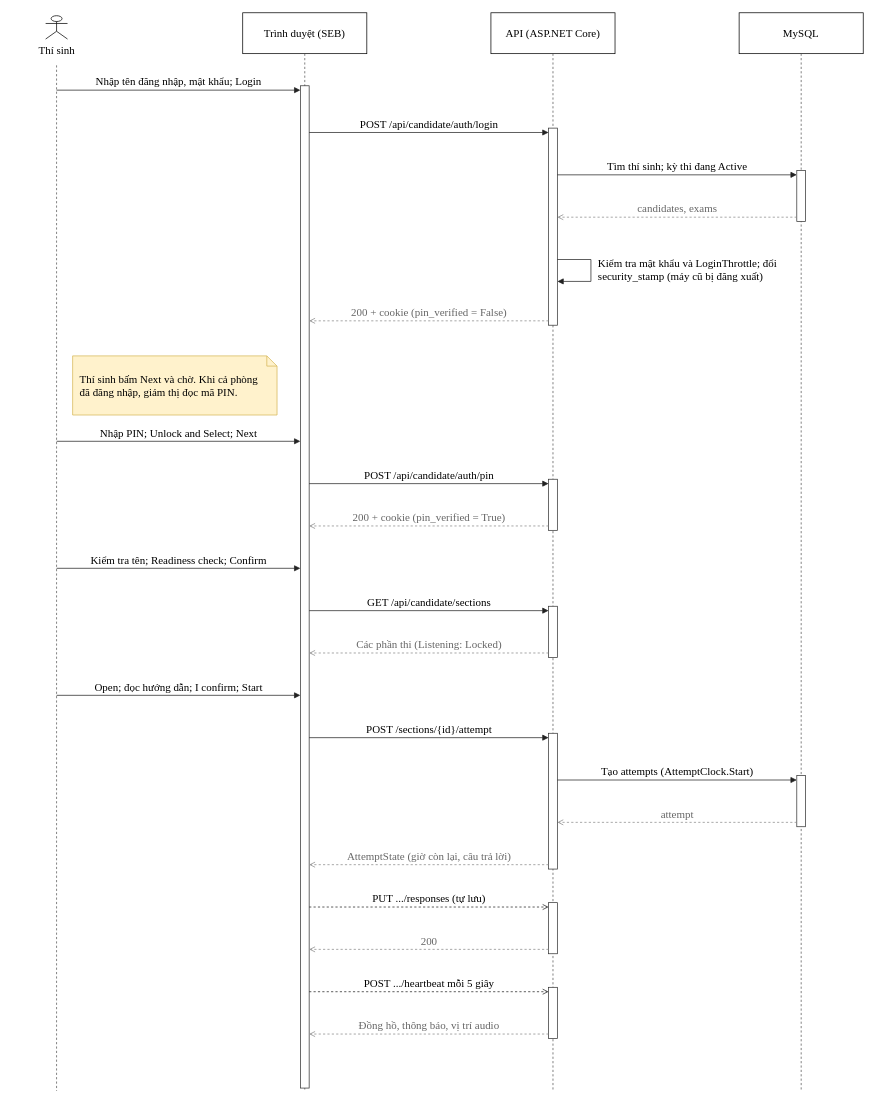
The draw.io diagram thesis/diagrams/seq-candidate-login.drawio in trhlow/cambridge-exam-prep, before the edit. Source tidied: cells renumbered, new cells numbered last; positions are measured from the earlier drawing's top-left corner, leaving out a move shared by most shapes. Both pictures are drawn from the tidied source at 73%, with x=0, y=0 at pixel (45, 12).
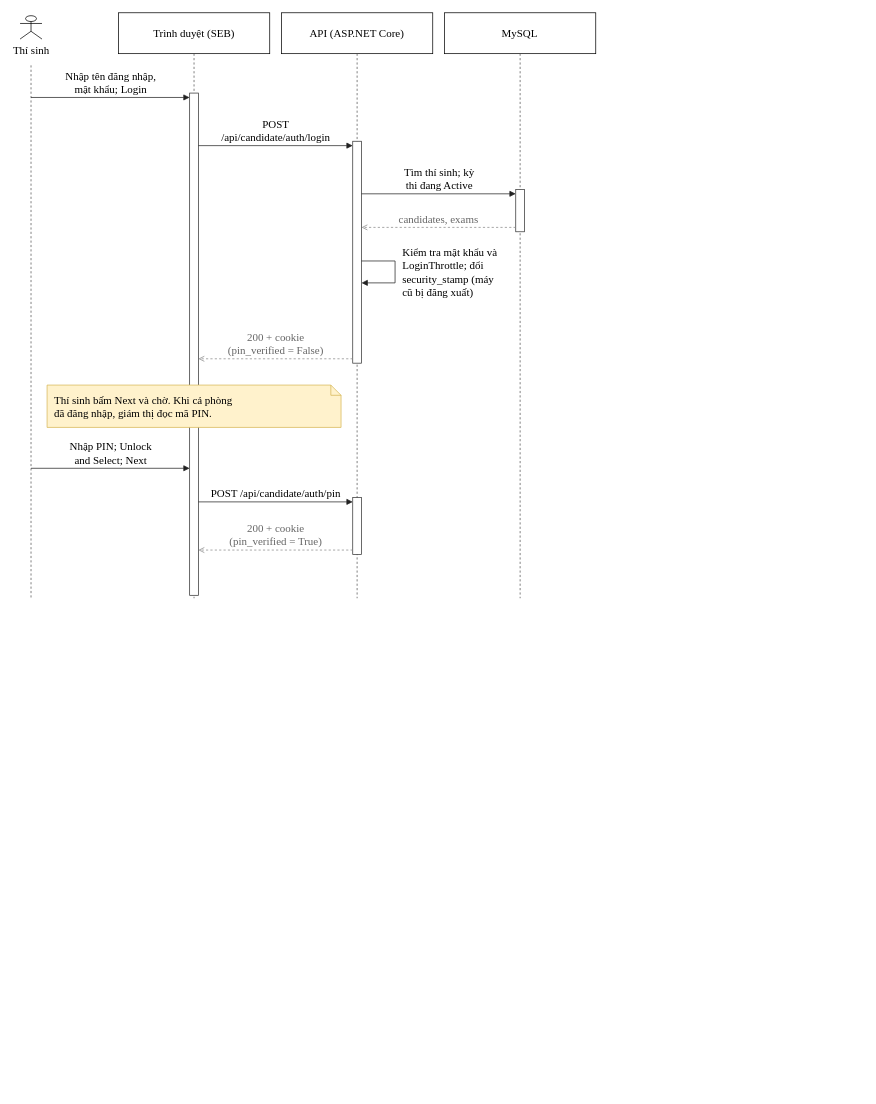
The same diagram, later.

What changed in the source:
```diff
@@
     <mxCell id="2" value="Thí sinh" style="shape=umlActor;verticalLabelPosition=bottom;verticalAlign=top;html=1;fontFamily=Times New Roman;fontSize=15;" parent="1" vertex="1">
-      <mxGeometry y="4" width="30" height="32" as="geometry" />
+      <mxGeometry x="-35" y="4" width="30" height="32" as="geometry" />
     </mxCell>
     <mxCell id="3" style="endArrow=none;dashed=1;html=1;strokeColor=#555555;" parent="1" edge="1">
       <mxGeometry relative="1" as="geometry">
-        <mxPoint x="15" y="72" as="sourcePoint" />
-        <mxPoint x="15" y="1477" as="targetPoint" />
+        <mxPoint x="-20" y="72" as="sourcePoint" />
+        <mxPoint x="-20" y="802" as="targetPoint" />
       </mxGeometry>
     </mxCell>
     <mxCell id="4" value="Trình duyệt (SEB)" style="rounded=0;whiteSpace=wrap;html=1;fontFamily=Times New Roman;fontSize=15;" parent="1" vertex="1">
-      <mxGeometry x="270" width="170" height="56" as="geometry" />
+      <mxGeometry x="99.7" width="207.3" height="56" as="geometry" />
     </mxCell>
     <mxCell id="5" style="endArrow=none;dashed=1;html=1;strokeColor=#555555;" parent="1" edge="1">
       <mxGeometry relative="1" as="geometry">
-        <mxPoint x="355" y="56" as="sourcePoint" />
-        <mxPoint x="355" y="1477" as="targetPoint" />
+        <mxPoint x="203.3" y="56" as="sourcePoint" />
+        <mxPoint x="203.3" y="802" as="targetPoint" />
       </mxGeometry>
     </mxCell>
     <mxCell id="6" value="API (ASP.NET Core)" style="rounded=0;whiteSpace=wrap;html=1;fontFamily=Times New Roman;fontSize=15;" parent="1" vertex="1">
-      <mxGeometry x="610" width="170" height="56" as="geometry" />
+      <mxGeometry x="323" width="207.3" height="56" as="geometry" />
     </mxCell>
     <mxCell id="7" style="endArrow=none;dashed=1;html=1;strokeColor=#555555;" parent="1" edge="1">
       <mxGeometry relative="1" as="geometry">
-        <mxPoint x="695" y="56" as="sourcePoint" />
-        <mxPoint x="695" y="1477" as="targetPoint" />
+        <mxPoint x="426.7" y="56" as="sourcePoint" />
+        <mxPoint x="426.7" y="802" as="targetPoint" />
       </mxGeometry>
     </mxCell>
     <mxCell id="8" value="MySQL" style="rounded=0;whiteSpace=wrap;html=1;fontFamily=Times New Roman;fontSize=15;" parent="1" vertex="1">
-      <mxGeometry x="950" width="170" height="56" as="geometry" />
+      <mxGeometry x="546.3" width="207.3" height="56" as="geometry" />
     </mxCell>
     <mxCell id="9" style="endArrow=none;dashed=1;html=1;strokeColor=#555555;" parent="1" edge="1">
       <mxGeometry relative="1" as="geometry">
-        <mxPoint x="1035" y="56" as="sourcePoint" />
-        <mxPoint x="1035" y="1477" as="targetPoint" />
+        <mxPoint x="650" y="56" as="sourcePoint" />
+        <mxPoint x="650" y="802" as="targetPoint" />
       </mxGeometry>
     </mxCell>
     <mxCell id="10" style="rounded=0;whiteSpace=wrap;html=1;fillColor=#ffffff;strokeColor=#333333;" parent="1" vertex="1">
-      <mxGeometry x="1029" y="216" width="12" height="70" as="geometry" />
+      <mxGeometry x="644" y="242" width="12" height="58" as="geometry" />
     </mxCell>
     <mxCell id="11" style="rounded=0;whiteSpace=wrap;html=1;fillColor=#ffffff;strokeColor=#333333;" parent="1" vertex="1">
-      <mxGeometry x="689" y="158" width="12" height="270" as="geometry" />
+      <mxGeometry x="420.7" y="176" width="12" height="304" as="geometry" />
     </mxCell>
     <mxCell id="12" style="rounded=0;whiteSpace=wrap;html=1;fillColor=#ffffff;strokeColor=#333333;" parent="1" vertex="1">
-      <mxGeometry x="689" y="639" width="12" height="70" as="geometry" />
+      <mxGeometry x="420.7" y="664" width="12" height="78" as="geometry" />
     </mxCell>
     <mxCell id="13" style="rounded=0;whiteSpace=wrap;html=1;fillColor=#ffffff;strokeColor=#333333;" parent="1" vertex="1">
-      <mxGeometry x="689" y="813" width="12" height="70" as="geometry" />
+      <mxGeometry x="197.3" y="110" width="12" height="688" as="geometry" />
     </mxCell>
-    <mxCell id="14" style="rounded=0;whiteSpace=wrap;html=1;fillColor=#ffffff;strokeColor=#333333;" parent="1" vertex="1">
-      <mxGeometry x="1029" y="1045" width="12" height="70" as="geometry" />
-    </mxCell>
-    <mxCell id="15" style="rounded=0;whiteSpace=wrap;html=1;fillColor=#ffffff;strokeColor=#333333;" parent="1" vertex="1">
-      <mxGeometry x="689" y="987" width="12" height="186" as="geometry" />
-    </mxCell>
-    <mxCell id="16" style="rounded=0;whiteSpace=wrap;html=1;fillColor=#ffffff;strokeColor=#333333;" parent="1" vertex="1">
-      <mxGeometry x="689" y="1219" width="12" height="70" as="geometry" />
-    </mxCell>
-    <mxCell id="17" style="rounded=0;whiteSpace=wrap;html=1;fillColor=#ffffff;strokeColor=#333333;" parent="1" vertex="1">
-      <mxGeometry x="689" y="1335" width="12" height="70" as="geometry" />
-    </mxCell>
-    <mxCell id="18" style="rounded=0;whiteSpace=wrap;html=1;fillColor=#ffffff;strokeColor=#333333;" parent="1" vertex="1">
-      <mxGeometry x="349" y="100" width="12" height="1373" as="geometry" />
-    </mxCell>
-    <mxCell id="19" value="Nhập tên đăng nhập, mật khẩu; Login" style="endArrow=block;endFill=1;html=1;rounded=0;strokeColor=#222222;fontFamily=Times New Roman;fontSize=15;labelBackgroundColor=#ffffff;verticalAlign=bottom;" parent="1" edge="1">
+    <mxCell id="19" value="Nhập tên đăng nhập,&#10;mật khẩu; Login" style="endArrow=block;endFill=1;html=1;rounded=0;strokeColor=#222222;fontFamily=Times New Roman;fontSize=15;labelBackgroundColor=#ffffff;verticalAlign=bottom;" parent="1" edge="1">
       <mxGeometry relative="1" as="geometry">
-        <mxPoint x="15" y="106" as="sourcePoint" />
-        <mxPoint x="349" y="106" as="targetPoint" />
+        <mxPoint x="-20" y="116" as="sourcePoint" />
+        <mxPoint x="197.3" y="116" as="targetPoint" />
       </mxGeometry>
     </mxCell>
+    <mxCell id="42" value="POST&#10;/api/candidate/auth/login" style="endArrow=block;endFill=1;html=1;rounded=0;strokeColor=#222222;fontFamily=Times New Roman;fontSize=15;labelBackgroundColor=#ffffff;verticalAlign=bottom;" parent="1" edge="1">
+      <mxGeometry relative="1" as="geometry">
+        <mxPoint x="209.3" y="182" as="sourcePoint" />
+        <mxPoint x="420.7" y="182" as="targetPoint" />
+      </mxGeometry>
+    </mxCell>
+    <mxCell id="21" value="Tìm thí sinh; kỳ&#10;thi đang Active" style="endArrow=block;endFill=1;html=1;rounded=0;strokeColor=#222222;fontFamily=Times New Roman;fontSize=15;labelBackgroundColor=#ffffff;verticalAlign=bottom;" parent="1" edge="1">
+      <mxGeometry relative="1" as="geometry">
+        <mxPoint x="432.7" y="248" as="sourcePoint" />
+        <mxPoint x="644" y="248" as="targetPoint" />
+      </mxGeometry>
+    </mxCell>
+    <mxCell id="43" value="candidates, exams" style="endArrow=open;dashed=1;html=1;rounded=0;strokeColor=#888888;fontColor=#666666;fontFamily=Times New Roman;fontSize=15;labelBackgroundColor=#ffffff;verticalAlign=bottom;" parent="1" edge="1">
+      <mxGeometry relative="1" as="geometry">
+        <mxPoint x="644" y="294" as="sourcePoint" />
+        <mxPoint x="432.7" y="294" as="targetPoint" />
+      </mxGeometry>
+    </mxCell>
+    <mxCell id="44" style="endArrow=block;endFill=1;html=1;rounded=0;strokeColor=#222222;fontFamily=Times New Roman;fontSize=15;labelBackgroundColor=#ffffff;verticalAlign=bottom;" parent="1" edge="1">
+      <mxGeometry relative="1" as="geometry">
+        <mxPoint x="432.7" y="340" as="sourcePoint" />
+        <mxPoint x="432.7" y="370" as="targetPoint" />
+        <Array as="points">
+          <mxPoint x="478.7" y="340" />
+          <mxPoint x="478.7" y="370" />
+        </Array>
+      </mxGeometry>
+    </mxCell>
+    <mxCell id="24" value="Kiểm tra mật khẩu và&#10;LoginThrottle; đổi&#10;security_stamp (máy&#10;cũ bị đăng xuất)" style="text;html=1;whiteSpace=wrap;align=left;verticalAlign=middle;fontFamily=Times New Roman;fontSize=15;" parent="1" vertex="1">
+      <mxGeometry x="486.7" y="311" width="155.3" height="88" as="geometry" />
+    </mxCell>
-    <mxCell id="20" value="POST /api/candidate/auth/login" style="endArrow=block;endFill=1;html=1;rounded=0;strokeColor=#222222;fontFamily=Times New Roman;fontSize=15;labelBackgroundColor=#ffffff;verticalAlign=bottom;" parent="1" edge="1">
+    <mxCell id="20" value="200 + cookie&#10;(pin_verified = False)" style="endArrow=open;dashed=1;html=1;rounded=0;strokeColor=#888888;fontColor=#666666;fontFamily=Times New Roman;fontSize=15;labelBackgroundColor=#ffffff;verticalAlign=bottom;" parent="1" edge="1">
       <mxGeometry relative="1" as="geometry">
-        <mxPoint x="361" y="164" as="sourcePoint" />
-        <mxPoint x="689" y="164" as="targetPoint" />
+        <mxPoint x="420.7" y="474" as="sourcePoint" />
+        <mxPoint x="209.3" y="474" as="targetPoint" />
       </mxGeometry>
     </mxCell>
-    <mxCell id="21" value="Tìm thí sinh; kỳ thi đang Active" style="endArrow=block;endFill=1;html=1;rounded=0;strokeColor=#222222;fontFamily=Times New Roman;fontSize=15;labelBackgroundColor=#ffffff;verticalAlign=bottom;" parent="1" edge="1">
-      <mxGeometry relative="1" as="geometry">
-        <mxPoint x="701" y="222" as="sourcePoint" />
-        <mxPoint x="1029" y="222" as="targetPoint" />
-      </mxGeometry>
-    </mxCell>
+    <mxCell id="26" value="Thí sinh bấm Next và chờ. Khi cả phòng&#10;đã đăng nhập, giám thị đọc mã PIN." style="shape=note;whiteSpace=wrap;html=1;size=14;fillColor=#fff2cc;strokeColor=#d6b656;align=left;spacingLeft=8;spacingRight=8;fontFamily=Times New Roman;fontSize=15;" parent="1" vertex="1">
+      <mxGeometry x="2" y="510" width="402.7" height="58" as="geometry" />
+    </mxCell>
-    <mxCell id="22" value="candidates, exams" style="endArrow=open;dashed=1;html=1;rounded=0;strokeColor=#888888;fontColor=#666666;fontFamily=Times New Roman;fontSize=15;labelBackgroundColor=#ffffff;verticalAlign=bottom;" parent="1" edge="1">
+    <mxCell id="22" value="Nhập PIN; Unlock&#10;and Select; Next" style="endArrow=block;endFill=1;html=1;rounded=0;strokeColor=#222222;fontFamily=Times New Roman;fontSize=15;labelBackgroundColor=#ffffff;verticalAlign=bottom;" parent="1" edge="1">
       <mxGeometry relative="1" as="geometry">
-        <mxPoint x="1029" y="280" as="sourcePoint" />
-        <mxPoint x="701" y="280" as="targetPoint" />
+        <mxPoint x="-20" y="624" as="sourcePoint" />
+        <mxPoint x="197.3" y="624" as="targetPoint" />
       </mxGeometry>
     </mxCell>
-    <mxCell id="23" style="endArrow=block;endFill=1;html=1;rounded=0;strokeColor=#222222;fontFamily=Times New Roman;fontSize=15;labelBackgroundColor=#ffffff;verticalAlign=bottom;" parent="1" edge="1">
+    <mxCell id="23" value="POST /api/candidate/auth/pin" style="endArrow=block;endFill=1;html=1;rounded=0;strokeColor=#222222;fontFamily=Times New Roman;fontSize=15;labelBackgroundColor=#ffffff;verticalAlign=bottom;" parent="1" edge="1">
       <mxGeometry relative="1" as="geometry">
-        <mxPoint x="701" y="338" as="sourcePoint" />
-        <mxPoint x="701" y="368" as="targetPoint" />
-        <Array as="points">
-          <mxPoint x="747" y="338" />
-          <mxPoint x="747" y="368" />
-        </Array>
+        <mxPoint x="209.3" y="670" as="sourcePoint" />
+        <mxPoint x="420.7" y="670" as="targetPoint" />
       </mxGeometry>
     </mxCell>
-    <mxCell id="24" value="Kiểm tra mật khẩu và LoginThrottle; đổi security_stamp (máy cũ bị đăng xuất)" style="text;html=1;whiteSpace=wrap;align=left;verticalAlign=middle;fontFamily=Times New Roman;fontSize=15;" parent="1" vertex="1">
-      <mxGeometry x="755" y="332" width="270" height="40" as="geometry" />
-    </mxCell>
-    <mxCell id="25" value="200 + cookie (pin_verified = False)" style="endArrow=open;dashed=1;html=1;rounded=0;strokeColor=#888888;fontColor=#666666;fontFamily=Times New Roman;fontSize=15;labelBackgroundColor=#ffffff;verticalAlign=bottom;" parent="1" edge="1">
-      <mxGeometry relative="1" as="geometry">
-        <mxPoint x="689" y="422" as="sourcePoint" />
-        <mxPoint x="361" y="422" as="targetPoint" />
-      </mxGeometry>
-    </mxCell>
-    <mxCell id="26" value="Thí sinh bấm Next và chờ. Khi cả phòng đã đăng nhập, giám thị đọc mã PIN." style="shape=note;whiteSpace=wrap;html=1;size=14;fillColor=#fff2cc;strokeColor=#d6b656;align=left;spacingLeft=8;spacingRight=8;fontFamily=Times New Roman;fontSize=15;" parent="1" vertex="1">
-      <mxGeometry x="37" y="470" width="280" height="81" as="geometry" />
-    </mxCell>
-    <mxCell id="27" value="Nhập PIN; Unlock and Select; Next" style="endArrow=block;endFill=1;html=1;rounded=0;strokeColor=#222222;fontFamily=Times New Roman;fontSize=15;labelBackgroundColor=#ffffff;verticalAlign=bottom;" parent="1" edge="1">
-      <mxGeometry relative="1" as="geometry">
-        <mxPoint x="15" y="587" as="sourcePoint" />
-        <mxPoint x="349" y="587" as="targetPoint" />
-      </mxGeometry>
-    </mxCell>
-    <mxCell id="28" value="POST /api/candidate/auth/pin" style="endArrow=block;endFill=1;html=1;rounded=0;strokeColor=#222222;fontFamily=Times New Roman;fontSize=15;labelBackgroundColor=#ffffff;verticalAlign=bottom;" parent="1" edge="1">
-      <mxGeometry relative="1" as="geometry">
-        <mxPoint x="361" y="645" as="sourcePoint" />
-        <mxPoint x="689" y="645" as="targetPoint" />
-      </mxGeometry>
-    </mxCell>
-    <mxCell id="29" value="200 + cookie (pin_verified = True)" style="endArrow=open;dashed=1;html=1;rounded=0;strokeColor=#888888;fontColor=#666666;fontFamily=Times New Roman;fontSize=15;labelBackgroundColor=#ffffff;verticalAlign=bottom;" parent="1" edge="1">
+    <mxCell id="29" value="200 + cookie&#10;(pin_verified = True)" style="endArrow=open;dashed=1;html=1;rounded=0;strokeColor=#888888;fontColor=#666666;fontFamily=Times New Roman;fontSize=15;labelBackgroundColor=#ffffff;verticalAlign=bottom;" parent="1" edge="1">
       <mxGeometry relative="1" as="geometry">
-        <mxPoint x="689" y="703" as="sourcePoint" />
-        <mxPoint x="361" y="703" as="targetPoint" />
+        <mxPoint x="420.7" y="736" as="sourcePoint" />
+        <mxPoint x="209.3" y="736" as="targetPoint" />
       </mxGeometry>
     </mxCell>
-    <mxCell id="30" value="Kiểm tra tên; Readiness check; Confirm" style="endArrow=block;endFill=1;html=1;rounded=0;strokeColor=#222222;fontFamily=Times New Roman;fontSize=15;labelBackgroundColor=#ffffff;verticalAlign=bottom;" parent="1" edge="1">
-      <mxGeometry relative="1" as="geometry">
-        <mxPoint x="15" y="761" as="sourcePoint" />
-        <mxPoint x="349" y="761" as="targetPoint" />
-      </mxGeometry>
-    </mxCell>
-    <mxCell id="31" value="GET /api/candidate/sections" style="endArrow=block;endFill=1;html=1;rounded=0;strokeColor=#222222;fontFamily=Times New Roman;fontSize=15;labelBackgroundColor=#ffffff;verticalAlign=bottom;" parent="1" edge="1">
-      <mxGeometry relative="1" as="geometry">
-        <mxPoint x="361" y="819" as="sourcePoint" />
-        <mxPoint x="689" y="819" as="targetPoint" />
-      </mxGeometry>
-    </mxCell>
-    <mxCell id="32" value="Các phần thi (Listening: Locked)" style="endArrow=open;dashed=1;html=1;rounded=0;strokeColor=#888888;fontColor=#666666;fontFamily=Times New Roman;fontSize=15;labelBackgroundColor=#ffffff;verticalAlign=bottom;" parent="1" edge="1">
-      <mxGeometry relative="1" as="geometry">
-        <mxPoint x="689" y="877" as="sourcePoint" />
-        <mxPoint x="361" y="877" as="targetPoint" />
-      </mxGeometry>
-    </mxCell>
-    <mxCell id="33" value="Open; đọc hướng dẫn; I confirm; Start" style="endArrow=block;endFill=1;html=1;rounded=0;strokeColor=#222222;fontFamily=Times New Roman;fontSize=15;labelBackgroundColor=#ffffff;verticalAlign=bottom;" parent="1" edge="1">
-      <mxGeometry relative="1" as="geometry">
-        <mxPoint x="15" y="935" as="sourcePoint" />
-        <mxPoint x="349" y="935" as="targetPoint" />
-      </mxGeometry>
-    </mxCell>
-    <mxCell id="34" value="POST /sections/{id}/attempt" style="endArrow=block;endFill=1;html=1;rounded=0;strokeColor=#222222;fontFamily=Times New Roman;fontSize=15;labelBackgroundColor=#ffffff;verticalAlign=bottom;" parent="1" edge="1">
-      <mxGeometry relative="1" as="geometry">
-        <mxPoint x="361" y="993" as="sourcePoint" />
-        <mxPoint x="689" y="993" as="targetPoint" />
-      </mxGeometry>
-    </mxCell>
-    <mxCell id="35" value="Tạo attempts (AttemptClock.Start)" style="endArrow=block;endFill=1;html=1;rounded=0;strokeColor=#222222;fontFamily=Times New Roman;fontSize=15;labelBackgroundColor=#ffffff;verticalAlign=bottom;" parent="1" edge="1">
-      <mxGeometry relative="1" as="geometry">
-        <mxPoint x="701" y="1051" as="sourcePoint" />
-        <mxPoint x="1029" y="1051" as="targetPoint" />
-      </mxGeometry>
-    </mxCell>
-    <mxCell id="36" value="attempt" style="endArrow=open;dashed=1;html=1;rounded=0;strokeColor=#888888;fontColor=#666666;fontFamily=Times New Roman;fontSize=15;labelBackgroundColor=#ffffff;verticalAlign=bottom;" parent="1" edge="1">
-      <mxGeometry relative="1" as="geometry">
-        <mxPoint x="1029" y="1109" as="sourcePoint" />
-        <mxPoint x="701" y="1109" as="targetPoint" />
-      </mxGeometry>
-    </mxCell>
-    <mxCell id="37" value="AttemptState (giờ còn lại, câu trả lời)" style="endArrow=open;dashed=1;html=1;rounded=0;strokeColor=#888888;fontColor=#666666;fontFamily=Times New Roman;fontSize=15;labelBackgroundColor=#ffffff;verticalAlign=bottom;" parent="1" edge="1">
-      <mxGeometry relative="1" as="geometry">
-        <mxPoint x="689" y="1167" as="sourcePoint" />
-        <mxPoint x="361" y="1167" as="targetPoint" />
-      </mxGeometry>
-    </mxCell>
-    <mxCell id="38" value="PUT .../responses (tự lưu)" style="endArrow=open;dashed=1;html=1;rounded=0;strokeColor=#222222;fontFamily=Times New Roman;fontSize=15;labelBackgroundColor=#ffffff;verticalAlign=bottom;" parent="1" edge="1">
-      <mxGeometry relative="1" as="geometry">
-        <mxPoint x="361" y="1225" as="sourcePoint" />
-        <mxPoint x="689" y="1225" as="targetPoint" />
-      </mxGeometry>
-    </mxCell>
-    <mxCell id="39" value="200" style="endArrow=open;dashed=1;html=1;rounded=0;strokeColor=#888888;fontColor=#666666;fontFamily=Times New Roman;fontSize=15;labelBackgroundColor=#ffffff;verticalAlign=bottom;" parent="1" edge="1">
-      <mxGeometry relative="1" as="geometry">
-        <mxPoint x="689" y="1283" as="sourcePoint" />
-        <mxPoint x="361" y="1283" as="targetPoint" />
-      </mxGeometry>
-    </mxCell>
-    <mxCell id="40" value="POST .../heartbeat mỗi 5 giây" style="endArrow=open;dashed=1;html=1;rounded=0;strokeColor=#222222;fontFamily=Times New Roman;fontSize=15;labelBackgroundColor=#ffffff;verticalAlign=bottom;" parent="1" edge="1">
-      <mxGeometry relative="1" as="geometry">
-        <mxPoint x="361" y="1341" as="sourcePoint" />
-        <mxPoint x="689" y="1341" as="targetPoint" />
-      </mxGeometry>
-    </mxCell>
-    <mxCell id="41" value="Đồng hồ, thông báo, vị trí audio" style="endArrow=open;dashed=1;html=1;rounded=0;strokeColor=#888888;fontColor=#666666;fontFamily=Times New Roman;fontSize=15;labelBackgroundColor=#ffffff;verticalAlign=bottom;" parent="1" edge="1">
-      <mxGeometry relative="1" as="geometry">
-        <mxPoint x="689" y="1399" as="sourcePoint" />
-        <mxPoint x="361" y="1399" as="targetPoint" />
-      </mxGeometry>
-    </mxCell>
```
